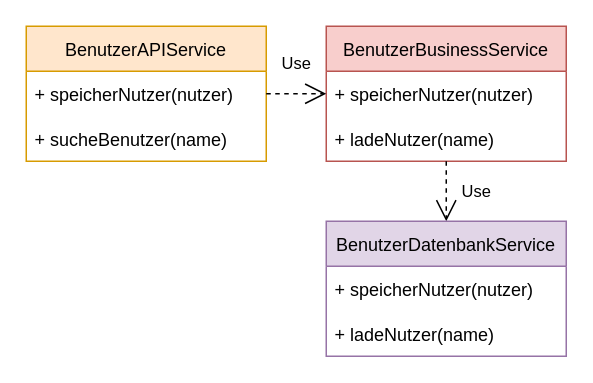
Earlier version of the draw.io diagram tex/img/VorDIP.drawio (xThale/Seminararbeit). Source tidied: cells renumbered, new cells numbered last; positions are measured from the earlier drawing's top-left corner, leaving out a move shared by most shapes. Both pictures are drawn from the tidied source at 150%, with x=0, y=0 at pixel (26, 26).
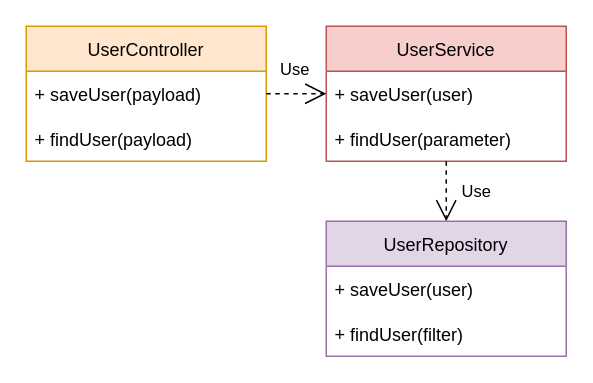
The same page after the edit.

Change to the diagram source:
```diff
@@
 <mxGraphModel>
   <root>
     <mxCell id="0" />
     <mxCell id="1" parent="0" />
-    <mxCell id="2" value="BenutzerAPIService" style="swimlane;fontStyle=0;horizontal=1;startSize=30;fillColor=#ffe6cc;strokeColor=#d79b00;" parent="1" vertex="1">
+    <mxCell id="2" value="UserController" style="swimlane;fontStyle=0;horizontal=1;startSize=30;fillColor=#ffe6cc;strokeColor=#d79b00;" parent="1" vertex="1">
       <mxGeometry width="160" height="90" as="geometry" />
     </mxCell>
-    <mxCell id="3" value="+ speicherNutzer(nutzer)" style="text;strokeColor=none;fillColor=none;align=left;verticalAlign=middle;spacingLeft=4;spacingRight=4;overflow=hidden;" parent="2" vertex="1">
+    <mxCell id="3" value="+ saveUser(payload)" style="text;strokeColor=none;fillColor=none;align=left;verticalAlign=middle;spacingLeft=4;spacingRight=4;overflow=hidden;" parent="2" vertex="1">
       <mxGeometry y="30" width="160" height="30" as="geometry" />
     </mxCell>
-    <mxCell id="4" value="+ sucheBenutzer(name)" style="text;strokeColor=none;fillColor=none;align=left;verticalAlign=middle;spacingLeft=4;spacingRight=4;overflow=hidden;" parent="2" vertex="1">
+    <mxCell id="4" value="+ findUser(payload)" style="text;strokeColor=none;fillColor=none;align=left;verticalAlign=middle;spacingLeft=4;spacingRight=4;overflow=hidden;" parent="2" vertex="1">
       <mxGeometry y="60" width="160" height="30" as="geometry" />
     </mxCell>
-    <mxCell id="5" value="BenutzerBusinessService" style="swimlane;fontStyle=0;horizontal=1;startSize=30;fillColor=#f8cecc;strokeColor=#b85450;" parent="1" vertex="1">
+    <mxCell id="5" value="UserService" style="swimlane;fontStyle=0;horizontal=1;startSize=30;fillColor=#f8cecc;strokeColor=#b85450;" parent="1" vertex="1">
       <mxGeometry x="200" width="160" height="90" as="geometry" />
     </mxCell>
-    <mxCell id="6" value="+ speicherNutzer(nutzer)" style="text;strokeColor=none;fillColor=none;align=left;verticalAlign=middle;spacingLeft=4;spacingRight=4;overflow=hidden;" parent="5" vertex="1">
+    <mxCell id="6" value="+ saveUser(user)" style="text;strokeColor=none;fillColor=none;align=left;verticalAlign=middle;spacingLeft=4;spacingRight=4;overflow=hidden;" parent="5" vertex="1">
       <mxGeometry y="30" width="160" height="30" as="geometry" />
     </mxCell>
-    <mxCell id="7" value="+ ladeNutzer(name)" style="text;strokeColor=none;fillColor=none;align=left;verticalAlign=middle;spacingLeft=4;spacingRight=4;overflow=hidden;" parent="5" vertex="1">
+    <mxCell id="7" value="+ findUser(parameter)" style="text;strokeColor=none;fillColor=none;align=left;verticalAlign=middle;spacingLeft=4;spacingRight=4;overflow=hidden;" parent="5" vertex="1">
       <mxGeometry y="60" width="160" height="30" as="geometry" />
     </mxCell>
     <mxCell id="8" value="Use" style="endArrow=open;endSize=12;dashed=1;html=1;rounded=0;edgeStyle=orthogonalEdgeStyle;exitX=1;exitY=0.5;exitDx=0;exitDy=0;entryX=0;entryY=0.5;entryDx=0;entryDy=0;" parent="1" edge="1" source="2" target="5">
-      <mxGeometry y="20" relative="1" as="geometry" />
+      <mxGeometry x="-0.05" y="16" relative="1" as="geometry" />
     </mxCell>
     <mxCell id="9" value="Use" style="endArrow=open;endSize=12;dashed=1;html=1;rounded=0;edgeStyle=orthogonalEdgeStyle;entryX=0.5;entryY=0;entryDx=0;entryDy=0;exitX=0.5;exitY=1;exitDx=0;exitDy=0;" parent="1" edge="1" source="5" target="10">
       <mxGeometry y="20" relative="1" as="geometry" />
     </mxCell>
-    <mxCell id="10" value="BenutzerDatenbankService" style="swimlane;fontStyle=0;horizontal=1;startSize=30;fillColor=#e1d5e7;strokeColor=#9673a6;" parent="1" vertex="1">
+    <mxCell id="10" value="UserRepository" style="swimlane;fontStyle=0;horizontal=1;startSize=30;fillColor=#e1d5e7;strokeColor=#9673a6;" parent="1" vertex="1">
       <mxGeometry x="200" y="130" width="160" height="90" as="geometry" />
     </mxCell>
-    <mxCell id="11" value="+ speicherNutzer(nutzer)" style="text;strokeColor=none;fillColor=none;align=left;verticalAlign=middle;spacingLeft=4;spacingRight=4;overflow=hidden;" parent="10" vertex="1">
+    <mxCell id="11" value="+ saveUser(user)" style="text;strokeColor=none;fillColor=none;align=left;verticalAlign=middle;spacingLeft=4;spacingRight=4;overflow=hidden;" parent="10" vertex="1">
       <mxGeometry y="30" width="160" height="30" as="geometry" />
     </mxCell>
-    <mxCell id="12" value="+ ladeNutzer(name)" style="text;strokeColor=none;fillColor=none;align=left;verticalAlign=middle;spacingLeft=4;spacingRight=4;overflow=hidden;" parent="10" vertex="1">
+    <mxCell id="12" value="+ findUser(filter)" style="text;strokeColor=none;fillColor=none;align=left;verticalAlign=middle;spacingLeft=4;spacingRight=4;overflow=hidden;" parent="10" vertex="1">
       <mxGeometry y="60" width="160" height="30" as="geometry" />
     </mxCell>
   </root>
 </mxGraphModel>
```
